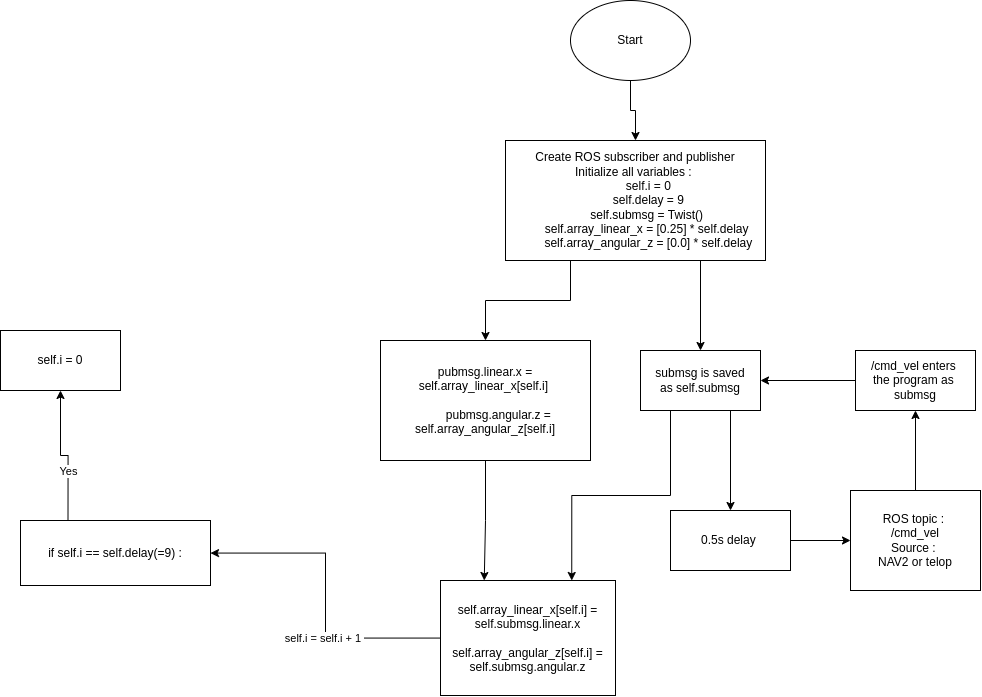
Above: Figures/drawio/cmd_vel_subpub.png in Lars-33/masteruia2 (draw.io), before the change. Source tidied: cells renumbered, new cells last; positions are measured from the earlier drawing's top-left corner, leaving out a move shared by most shapes.
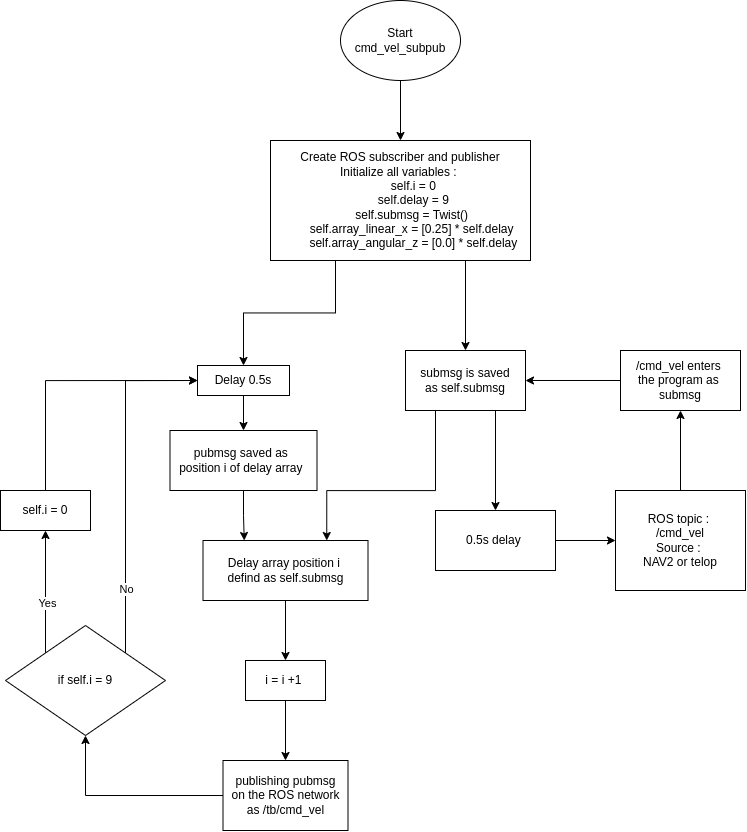
Above is the later version.

What changed in the source:
```diff
@@ -6,43 +6,45 @@
       <mxGeometry relative="1" as="geometry" />
     </mxCell>
     <mxCell id="3" value="ROS topic :&amp;nbsp;&lt;br&gt;/cmd_vel&lt;br&gt;Source :&amp;nbsp;&lt;br&gt;NAV2 or telop" style="rounded=0;whiteSpace=wrap;html=1;" parent="1" vertex="1">
-      <mxGeometry x="850" y="490" width="130" height="100" as="geometry" />
+      <mxGeometry x="865" y="690" width="130" height="100" as="geometry" />
     </mxCell>
     <mxCell id="4" style="edgeStyle=orthogonalEdgeStyle;rounded=0;jettySize=auto;html=1;exitX=0.75;exitY=1;exitDx=0;exitDy=0;" parent="1" edge="1" source="6" target="22">
       <mxGeometry relative="1" as="geometry" />
     </mxCell>
     <mxCell id="5" style="edgeStyle=orthogonalEdgeStyle;rounded=0;jettySize=auto;html=1;exitX=0.25;exitY=1;exitDx=0;exitDy=0;entryX=0.75;entryY=0;entryDx=0;entryDy=0;" parent="1" edge="1" source="6" target="9">
-      <mxGeometry relative="1" as="geometry" />
+      <mxGeometry relative="1" as="geometry">
+        <Array as="points">
+          <mxPoint x="685" y="690" />
+          <mxPoint x="576" y="690" />
+        </Array>
+      </mxGeometry>
     </mxCell>
     <mxCell id="6" value="submsg is saved&lt;br&gt;as self.submsg" style="whiteSpace=wrap;html=1;rounded=0;" parent="1" vertex="1">
-      <mxGeometry x="640" y="350" width="120" height="60" as="geometry" />
+      <mxGeometry x="655" y="550" width="120" height="60" as="geometry" />
     </mxCell>
     <mxCell id="7" style="edgeStyle=orthogonalEdgeStyle;rounded=0;jettySize=auto;html=1;" parent="1" edge="1" source="9" target="14">
       <mxGeometry relative="1" as="geometry" />
     </mxCell>
-    <mxCell id="8" value="self.i = self.i + 1&amp;nbsp;" style="edgeLabel;html=1;align=center;verticalAlign=middle;" parent="7" vertex="1">
-      <mxGeometry x="-0.26" y="2" relative="1" as="geometry" />
-    </mxCell>
-    <mxCell id="9" value="self.array_linear_x[self.i] = self.submsg.linear.x&lt;br&gt;&lt;br&gt;self.array_angular_z[self.i] = self.submsg.angular.z" style="whiteSpace=wrap;html=1;rounded=0;" parent="1" vertex="1">
-      <mxGeometry x="440" y="580" width="175" height="115" as="geometry" />
+    <mxCell id="9" value="Delay array position i&amp;nbsp;&lt;br&gt;defind as self.submsg" style="whiteSpace=wrap;html=1;rounded=0;" parent="1" vertex="1">
+      <mxGeometry x="452.5" y="740" width="165" height="60" as="geometry" />
     </mxCell>
-    <mxCell id="10" style="edgeStyle=orthogonalEdgeStyle;rounded=0;jettySize=auto;html=1;exitX=0.5;exitY=1;exitDx=0;exitDy=0;entryX=0.25;entryY=0;entryDx=0;entryDy=0;" parent="1" edge="1" source="11" target="9">
-      <mxGeometry relative="1" as="geometry" />
-    </mxCell>
+    <mxCell id="25" style="edgeStyle=orthogonalEdgeStyle;rounded=0;jettySize=auto;html=1;" parent="1" edge="1" source="11" target="35">
+      <mxGeometry relative="1" as="geometry" />
+    </mxCell>
-    <mxCell id="11" value="&lt;div&gt;pubmsg.linear.x = self.array_linear_x[self.i]&amp;nbsp;&lt;/div&gt;&lt;div&gt;&lt;br&gt;&lt;/div&gt;&lt;div&gt;&amp;nbsp; &amp;nbsp; &amp;nbsp; &amp;nbsp; pubmsg.angular.z = self.array_angular_z[self.i]&lt;/div&gt;" style="rounded=0;whiteSpace=wrap;html=1;" parent="1" vertex="1">
-      <mxGeometry x="380" y="340" width="210" height="120" as="geometry" />
+    <mxCell id="11" value="Delay 0.5s" style="rounded=0;whiteSpace=wrap;html=1;" parent="1" vertex="1">
+      <mxGeometry x="447" y="565" width="92" height="30" as="geometry" />
     </mxCell>
-    <mxCell id="12" style="edgeStyle=orthogonalEdgeStyle;rounded=0;jettySize=auto;html=1;exitX=0.75;exitY=1;exitDx=0;exitDy=0;" parent="1" edge="1" source="14" target="15">
-      <mxGeometry relative="1" as="geometry" />
-    </mxCell>
-    <mxCell id="13" value="Yes" style="edgeLabel;html=1;align=center;verticalAlign=middle;" parent="12" vertex="1">
-      <mxGeometry x="-0.27" relative="1" as="geometry" />
-    </mxCell>
+    <mxCell id="26" style="edgeStyle=orthogonalEdgeStyle;rounded=0;jettySize=auto;html=1;" parent="1" edge="1" source="14" target="33">
+      <mxGeometry relative="1" as="geometry" />
+    </mxCell>
-    <mxCell id="14" value="if self.i == self.delay(=9) :" style="whiteSpace=wrap;html=1;rounded=0;direction=west;" parent="1" vertex="1">
-      <mxGeometry x="20" y="520" width="190" height="65" as="geometry" />
+    <mxCell id="14" value="i = i +1&amp;nbsp;" style="whiteSpace=wrap;html=1;rounded=0;direction=west;" parent="1" vertex="1">
+      <mxGeometry x="495" y="860" width="80" height="40" as="geometry" />
     </mxCell>
+    <mxCell id="27" style="edgeStyle=orthogonalEdgeStyle;rounded=0;jettySize=auto;html=1;exitX=0.5;exitY=1;exitDx=0;exitDy=0;entryX=0;entryY=0.5;entryDx=0;entryDy=0;" parent="1" edge="1" source="15" target="11">
+      <mxGeometry relative="1" as="geometry" />
+    </mxCell>
     <mxCell id="15" value="self.i = 0" style="whiteSpace=wrap;html=1;rounded=0;direction=west;" parent="1" vertex="1">
-      <mxGeometry y="330" width="120" height="60" as="geometry" />
+      <mxGeometry x="250" y="690" width="90" height="40" as="geometry" />
     </mxCell>
     <mxCell id="16" style="edgeStyle=orthogonalEdgeStyle;rounded=0;jettySize=auto;html=1;exitX=0.75;exitY=1;exitDx=0;exitDy=0;" parent="1" edge="1" source="18" target="6">
       <mxGeometry relative="1" as="geometry" />
@@ -51,25 +53,58 @@
       <mxGeometry relative="1" as="geometry" />
     </mxCell>
     <mxCell id="18" value="Create ROS subscriber and publisher&lt;br&gt;Initialize all variables :&amp;nbsp;&lt;div&gt;&amp;nbsp; &amp;nbsp; &amp;nbsp; &amp;nbsp; self.i = 0&lt;/div&gt;&lt;div&gt;&amp;nbsp; &amp;nbsp; &amp;nbsp; &amp;nbsp; self.delay = 9&lt;/div&gt;&lt;div&gt;&amp;nbsp; &amp;nbsp; &amp;nbsp; &amp;nbsp; self.submsg = Twist()&amp;nbsp;&lt;/div&gt;&lt;div&gt;&amp;nbsp; &amp;nbsp; &amp;nbsp; &amp;nbsp; self.array_linear_x = [0.25] * self.delay&amp;nbsp;&lt;/div&gt;&lt;div&gt;&amp;nbsp; &amp;nbsp; &amp;nbsp; &amp;nbsp; self.array_angular_z = [0.0] * self.delay&lt;/div&gt;" style="rounded=0;whiteSpace=wrap;html=1;" parent="1" vertex="1">
-      <mxGeometry x="505" y="140" width="260" height="120" as="geometry" />
+      <mxGeometry x="520" y="340" width="260" height="120" as="geometry" />
     </mxCell>
     <mxCell id="19" style="edgeStyle=orthogonalEdgeStyle;rounded=0;jettySize=auto;html=1;" parent="1" edge="1" source="20" target="18">
       <mxGeometry relative="1" as="geometry" />
     </mxCell>
-    <mxCell id="20" value="Start" style="ellipse;whiteSpace=wrap;html=1;" parent="1" vertex="1">
-      <mxGeometry x="570" width="120" height="80" as="geometry" />
+    <mxCell id="20" value="Start&lt;br&gt;cmd_vel_subpub" style="ellipse;whiteSpace=wrap;html=1;" parent="1" vertex="1">
+      <mxGeometry x="590" y="200" width="120" height="80" as="geometry" />
     </mxCell>
     <mxCell id="21" style="edgeStyle=orthogonalEdgeStyle;rounded=0;jettySize=auto;html=1;" parent="1" edge="1" source="22" target="3">
       <mxGeometry relative="1" as="geometry" />
     </mxCell>
     <mxCell id="22" value="0.5s delay&amp;nbsp;" style="whiteSpace=wrap;html=1;" parent="1" vertex="1">
-      <mxGeometry x="670" y="510" width="120" height="60" as="geometry" />
+      <mxGeometry x="685" y="710" width="120" height="60" as="geometry" />
     </mxCell>
     <mxCell id="23" style="edgeStyle=orthogonalEdgeStyle;rounded=0;jettySize=auto;html=1;" parent="1" edge="1" source="24" target="6">
       <mxGeometry relative="1" as="geometry" />
     </mxCell>
     <mxCell id="24" value="/cmd_vel enters&amp;nbsp;&lt;br&gt;the program as&amp;nbsp;&lt;br&gt;submsg" style="whiteSpace=wrap;html=1;" parent="1" vertex="1">
-      <mxGeometry x="855" y="350" width="120" height="60" as="geometry" />
+      <mxGeometry x="870" y="550" width="120" height="60" as="geometry" />
     </mxCell>
+    <mxCell id="28" style="edgeStyle=orthogonalEdgeStyle;rounded=0;jettySize=auto;html=1;exitX=0;exitY=0;exitDx=0;exitDy=0;entryX=0.5;entryY=0;entryDx=0;entryDy=0;" parent="1" edge="1" source="31" target="15">
+      <mxGeometry relative="1" as="geometry" />
+    </mxCell>
+    <mxCell id="13" value="Yes" style="edgeLabel;html=1;align=center;verticalAlign=middle;" parent="28" vertex="1">
+      <mxGeometry x="-0.18" y="-1" relative="1" as="geometry" />
+    </mxCell>
+    <mxCell id="29" style="edgeStyle=orthogonalEdgeStyle;rounded=0;jettySize=auto;html=1;exitX=1;exitY=0;exitDx=0;exitDy=0;entryX=0;entryY=0.5;entryDx=0;entryDy=0;" parent="1" edge="1" source="31" target="11">
+      <mxGeometry relative="1" as="geometry">
+        <Array as="points">
+          <mxPoint x="375" y="580" />
+        </Array>
+      </mxGeometry>
+    </mxCell>
+    <mxCell id="30" value="No" style="edgeLabel;html=1;align=center;verticalAlign=middle;" parent="29" vertex="1">
+      <mxGeometry x="-0.02" y="1" relative="1" as="geometry">
+        <mxPoint x="1" y="105" as="offset" />
+      </mxGeometry>
+    </mxCell>
+    <mxCell id="31" value="if self.i = 9" style="rhombus;whiteSpace=wrap;html=1;" parent="1" vertex="1">
+      <mxGeometry x="255" y="825" width="160" height="110" as="geometry" />
+    </mxCell>
+    <mxCell id="32" style="edgeStyle=orthogonalEdgeStyle;rounded=0;jettySize=auto;html=1;exitX=0;exitY=0.5;exitDx=0;exitDy=0;entryX=0.5;entryY=1;entryDx=0;entryDy=0;" parent="1" edge="1" source="33" target="31">
+      <mxGeometry relative="1" as="geometry" />
+    </mxCell>
+    <mxCell id="33" value="publishing pubmsg&lt;br&gt;on the ROS network&lt;br&gt;as /tb/cmd_vel" style="whiteSpace=wrap;html=1;" parent="1" vertex="1">
+      <mxGeometry x="472.5" y="960" width="125" height="70" as="geometry" />
+    </mxCell>
+    <mxCell id="34" style="edgeStyle=orthogonalEdgeStyle;rounded=0;jettySize=auto;html=1;entryX=0.25;entryY=0;entryDx=0;entryDy=0;" parent="1" edge="1" source="35" target="9">
+      <mxGeometry relative="1" as="geometry" />
+    </mxCell>
+    <mxCell id="35" value="pubmsg saved as&amp;nbsp;&lt;br style=&quot;border-color: var(--border-color);&quot;&gt;position i of delay array&amp;nbsp;" style="whiteSpace=wrap;html=1;" parent="1" vertex="1">
+      <mxGeometry x="419.5" y="630" width="147" height="60" as="geometry" />
+    </mxCell>
   </root>
 </mxGraphModel>
```
